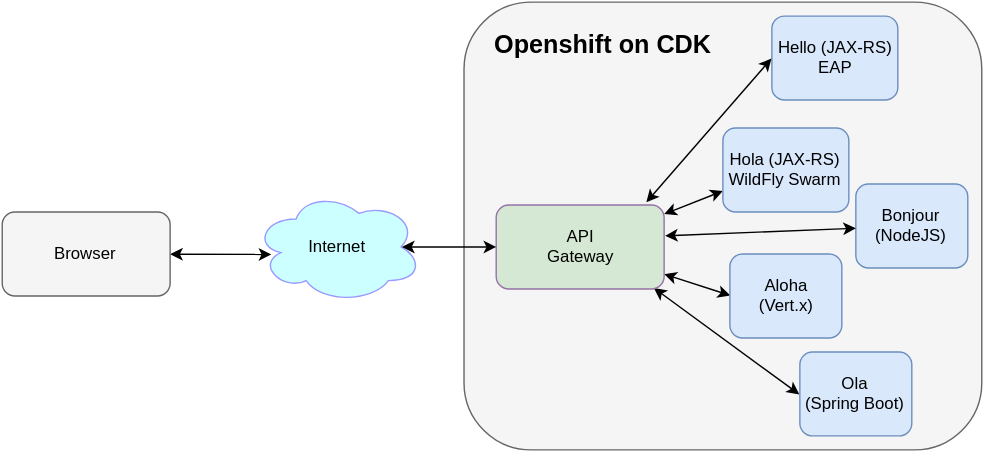
This is images/api-gateway.svg from redhat-helloworld-msa/frontend, a draw.io export, as it was before one commit. Source tidied: cells renumbered, new cells last; positions are measured from the earlier drawing's top-left corner, leaving out a move shared by most shapes.
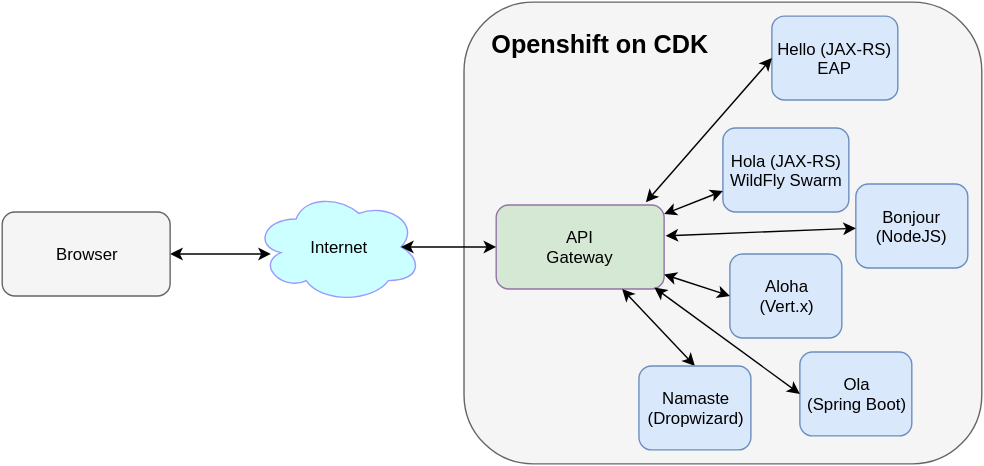
The same diagram one commit later.

Commit message:
Update frontend to include namaste

Change to the diagram source:
```diff
@@ -12,46 +12,52 @@
       <mxGeometry x="180" y="135" width="120" height="80" as="geometry" />
     </mxCell>
     <mxCell id="5" style="rounded=1;whiteSpace=wrap;html=1;plain-gray;gradientColor=none;" parent="1" vertex="1">
-      <mxGeometry x="330" width="370" height="320" as="geometry" />
+      <mxGeometry x="330" width="370" height="330" as="geometry" />
     </mxCell>
     <mxCell id="6" value="Bonjour (NodeJS)" style="rounded=1;whiteSpace=wrap;html=1;plain-blue;gradientColor=none;" parent="1" vertex="1">
       <mxGeometry x="610" y="130" width="80" height="60" as="geometry" />
     </mxCell>
-    <mxCell id="7" style="edgeStyle=none;rounded=0;html=1;exitX=0;exitY=0.75;startArrow=classic;startFill=1;jettySize=auto;" parent="1" edge="1" source="8" target="17">
-      <mxGeometry x="533" y="555" as="geometry" />
+    <mxCell id="7" value="Hola (JAX-RS)&lt;div&gt;WildFly Swarm&lt;/div&gt;" style="rounded=1;whiteSpace=wrap;html=1;plain-blue;gradientColor=none;" parent="1" vertex="1">
+      <mxGeometry x="515" y="90" width="90" height="60" as="geometry" />
     </mxCell>
-    <mxCell id="8" value="Hola (JAX-RS)&lt;div&gt;WildFly Swarm&lt;/div&gt;" style="rounded=1;whiteSpace=wrap;html=1;plain-blue;gradientColor=none;" parent="1" vertex="1">
-      <mxGeometry x="515" y="90" width="90" height="60" as="geometry" />
+    <mxCell id="8" value="Hello (JAX-RS)&lt;div&gt;EAP&lt;/div&gt;" style="rounded=1;whiteSpace=wrap;html=1;plain-blue;gradientColor=none;" parent="1" vertex="1">
+      <mxGeometry x="550" y="10" width="90" height="60" as="geometry" />
     </mxCell>
-    <mxCell id="9" value="Hello (JAX-RS)&lt;div&gt;EAP&lt;/div&gt;" style="rounded=1;whiteSpace=wrap;html=1;plain-blue;gradientColor=none;" parent="1" vertex="1">
-      <mxGeometry x="550" y="10" width="90" height="60" as="geometry" />
+    <mxCell id="9" value="Aloha&lt;div&gt;(Vert.x)&lt;/div&gt;" style="rounded=1;whiteSpace=wrap;html=1;plain-blue;gradientColor=none;" parent="1" vertex="1">
+      <mxGeometry x="520" y="180" width="80" height="60" as="geometry" />
     </mxCell>
-    <mxCell id="10" style="edgeStyle=none;rounded=0;html=1;exitX=0;exitY=0.5;startArrow=classic;startFill=1;jettySize=auto;" parent="1" edge="1" source="11" target="17">
-      <mxGeometry x="533" y="614.4" as="geometry" />
+    <mxCell id="10" value="Ola&lt;div&gt;(Spring Boot)&lt;/div&gt;" style="rounded=1;whiteSpace=wrap;html=1;plain-blue;gradientColor=none;" parent="1" vertex="1">
+      <mxGeometry x="570" y="250" width="80" height="60" as="geometry" />
     </mxCell>
-    <mxCell id="11" value="Aloha&lt;div&gt;(Vert.x)&lt;/div&gt;" style="rounded=1;whiteSpace=wrap;html=1;plain-blue;gradientColor=none;" parent="1" vertex="1">
-      <mxGeometry x="520" y="180" width="80" height="60" as="geometry" />
+    <mxCell id="11" value="&lt;b&gt;&lt;font style=&quot;font-size: 18px&quot;&gt;Openshift on CDK&lt;/font&gt;&lt;/b&gt;" style="text;html=1;align=left;verticalAlign=top;spacingTop=-4;points=[];" parent="1" vertex="1">
+      <mxGeometry x="350" y="20" width="170" height="20" as="geometry" />
     </mxCell>
-    <mxCell id="12" style="edgeStyle=none;rounded=0;html=1;exitX=0;exitY=0.5;entryX=0.942;entryY=0.983;startArrow=classic;startFill=1;jettySize=auto;entryPerimeter=0;" parent="1" edge="1" source="13" target="17">
-      <mxGeometry x="525.7" y="624.3" as="geometry" />
+    <mxCell id="12" value="API&lt;div&gt;Gateway&lt;/div&gt;" style="rounded=1;whiteSpace=wrap;html=1;plain-purple;gradientColor=none;fillColor=#D5E8D4;" parent="1" vertex="1">
+      <mxGeometry x="353" y="145" width="120" height="60" as="geometry" />
     </mxCell>
-    <mxCell id="13" value="Ola&lt;div&gt;(Spring Boot)&lt;/div&gt;" style="rounded=1;whiteSpace=wrap;html=1;plain-blue;gradientColor=none;" parent="1" vertex="1">
-      <mxGeometry x="570" y="250" width="80" height="60" as="geometry" />
+    <mxCell id="13" style="edgeStyle=none;rounded=0;html=1;exitX=1.008;exitY=0.367;startArrow=classic;startFill=1;jettySize=auto;exitPerimeter=0;" parent="1" edge="1" source="12" target="6">
+      <mxGeometry x="534" y="581.6" as="geometry" />
     </mxCell>
-    <mxCell id="14" value="&lt;b&gt;&lt;font style=&quot;font-size: 18px&quot;&gt;Openshift on CDK&lt;/font&gt;&lt;/b&gt;" style="text;html=1;align=left;verticalAlign=top;spacingTop=-4;" parent="1" vertex="1">
-      <mxGeometry x="350" y="20" width="170" height="20" as="geometry" />
+    <mxCell id="14" style="edgeStyle=none;rounded=0;html=1;exitX=0;exitY=0.75;startArrow=classic;startFill=1;jettySize=auto;" parent="1" edge="1" source="7" target="12">
+      <mxGeometry x="533" y="555" as="geometry" />
     </mxCell>
-    <mxCell id="15" style="edgeStyle=none;rounded=0;html=1;exitX=1.008;exitY=0.367;startArrow=classic;startFill=1;jettySize=auto;exitPerimeter=0;" parent="1" edge="1" source="17" target="6">
-      <mxGeometry x="533.7" y="581.6" as="geometry" />
+    <mxCell id="15" style="edgeStyle=none;rounded=0;html=1;exitX=0.892;exitY=-0.033;entryX=0;entryY=0.5;startArrow=classic;startFill=1;jettySize=auto;exitPerimeter=0;" parent="1" edge="1" source="12" target="8">
+      <mxGeometry x="520" y="460" as="geometry" />
     </mxCell>
-    <mxCell id="16" style="edgeStyle=none;rounded=0;html=1;exitX=0.892;exitY=-0.033;entryX=0;entryY=0.5;startArrow=classic;startFill=1;jettySize=auto;exitPerimeter=0;" parent="1" edge="1" source="17" target="9">
-      <mxGeometry x="520.3" y="460.3" as="geometry" />
+    <mxCell id="16" style="edgeStyle=none;rounded=0;html=1;exitX=0;exitY=0.5;startArrow=classic;startFill=1;jettySize=auto;" parent="1" edge="1" source="9" target="12">
+      <mxGeometry x="533" y="614.6" as="geometry" />
     </mxCell>
-    <mxCell id="17" value="API&lt;div&gt;Gateway&lt;/div&gt;" style="rounded=1;whiteSpace=wrap;html=1;plain-purple;gradientColor=none;fillColor=#D5E8D4;" parent="1" vertex="1">
-      <mxGeometry x="353" y="145" width="120" height="60" as="geometry" />
+    <mxCell id="17" style="edgeStyle=none;rounded=0;html=1;exitX=0;exitY=0.5;entryX=0.942;entryY=0.983;startArrow=classic;startFill=1;jettySize=auto;entryPerimeter=0;" parent="1" edge="1" source="10" target="12">
+      <mxGeometry x="526" y="624" as="geometry" />
     </mxCell>
-    <mxCell id="18" style="edgeStyle=none;rounded=0;html=1;startArrow=classic;startFill=1;jettySize=auto;exitX=0.875;exitY=0.5;exitPerimeter=0;" parent="1" edge="1" source="4" target="17">
-      <mxGeometry x="345.7" y="595" as="geometry" />
+    <mxCell id="18" style="edgeStyle=none;rounded=0;html=1;startArrow=classic;startFill=1;jettySize=auto;exitX=0.875;exitY=0.5;exitPerimeter=0;" parent="1" edge="1" source="4" target="12">
+      <mxGeometry x="345" y="595" as="geometry" />
     </mxCell>
+    <mxCell id="19" style="edgeStyle=none;rounded=0;html=1;exitX=0.5;exitY=0;entryX=0.75;entryY=1;startArrow=classic;startFill=1;jettySize=auto;" parent="1" edge="1" source="20" target="12">
+      <mxGeometry x="503" y="625" as="geometry" />
+    </mxCell>
+    <mxCell id="20" value="Namaste&lt;div&gt;(Dropwizard)&lt;/div&gt;" style="rounded=1;whiteSpace=wrap;html=1;plain-blue;gradientColor=none;" parent="1" vertex="1">
+      <mxGeometry x="455" y="260" width="80" height="60" as="geometry" />
+    </mxCell>
   </root>
 </mxGraphModel>
```
